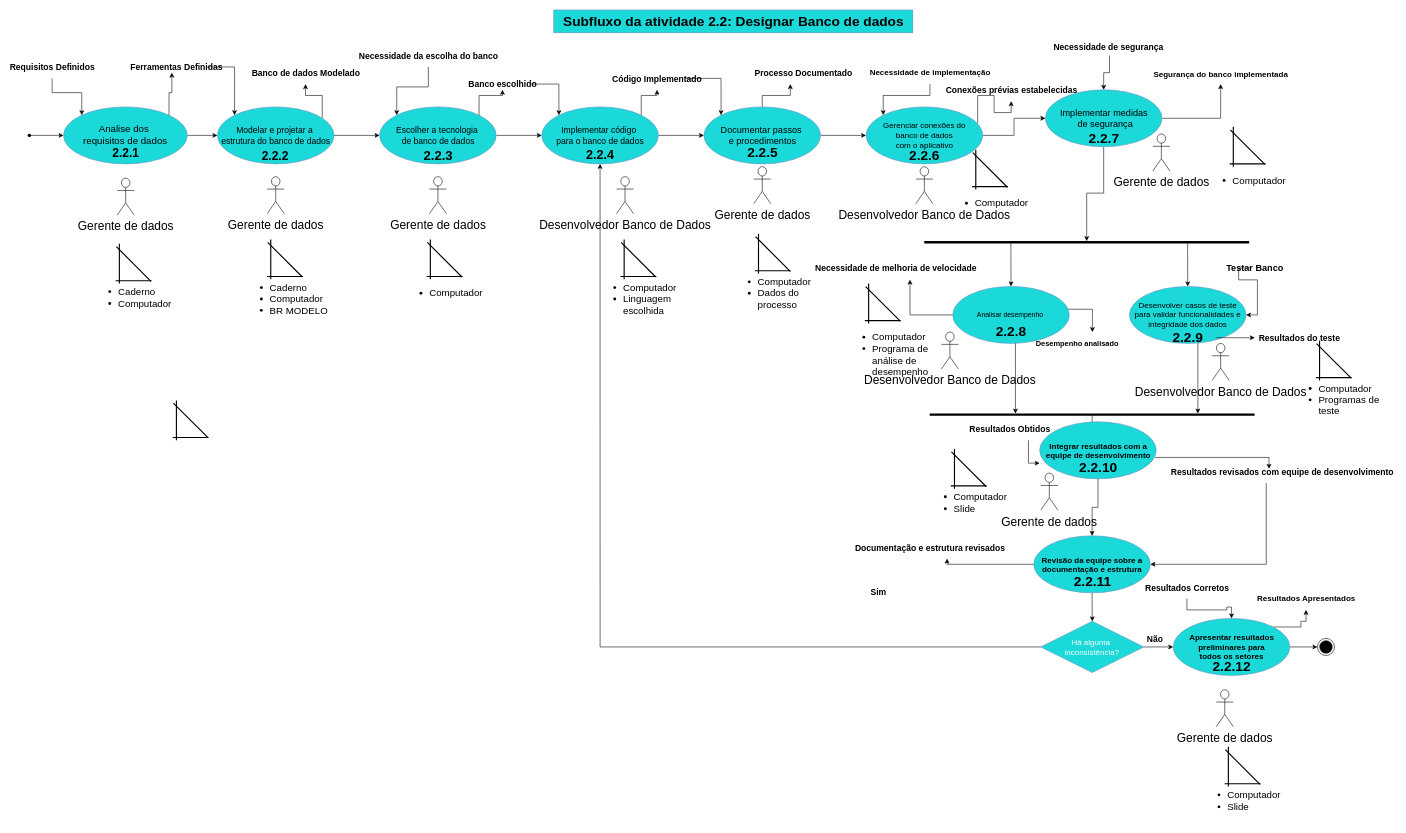
Above: page "Subfluxo das atividades em desenvolvimento(3)" (5 of 8) of Diagrama sem nome.drawio in helloisasilva/Processo-de-engenharia-de-software-para-App-mobile (draw.io), before the change. Source tidied: cells renumbered, new cells numbered last; positions are measured from the earlier drawing's top-left corner, leaving out a move shared by most shapes. Both pictures are drawn from the tidied source at 57%, with x=0, y=0 at pixel (23, 10).
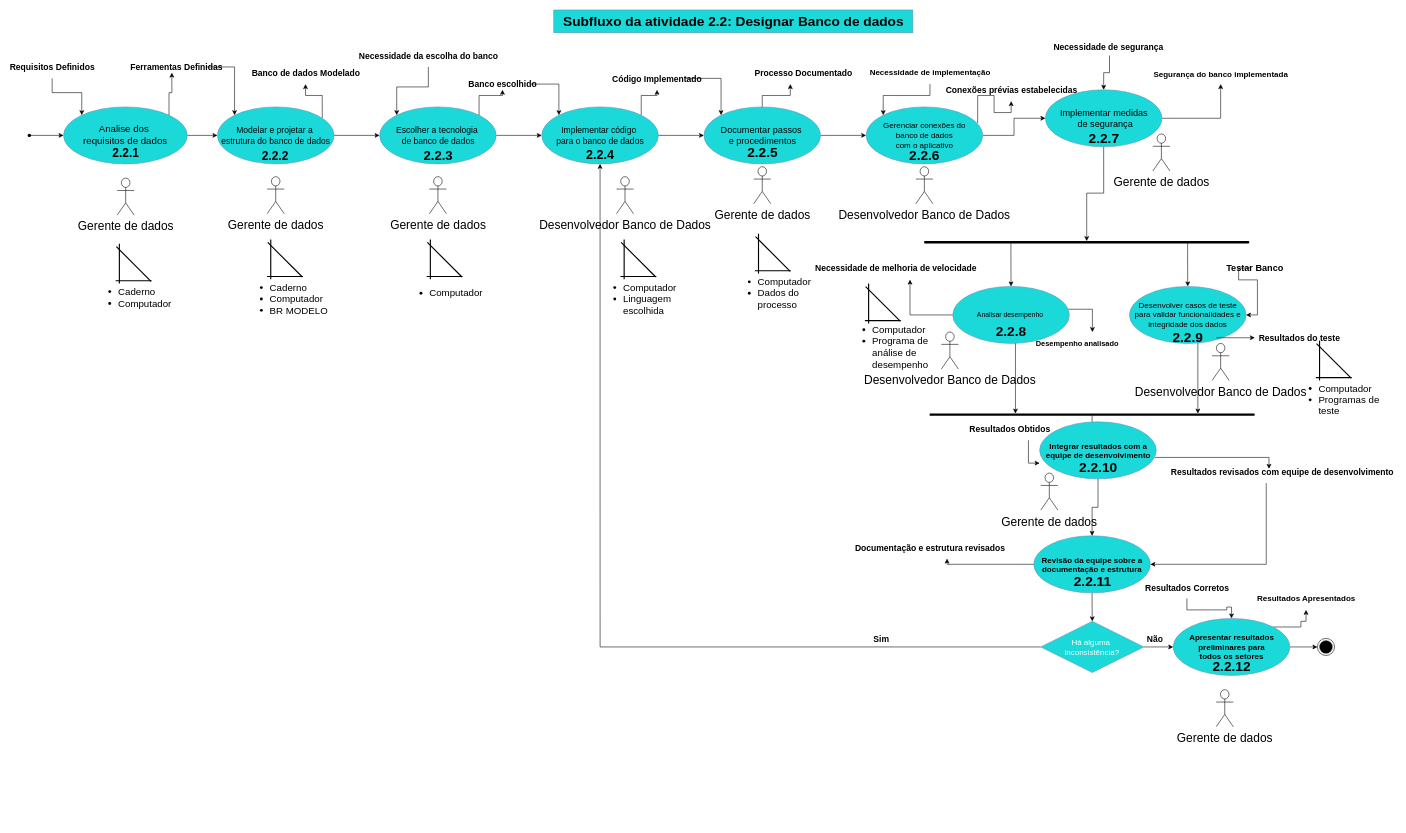
After the change.

The edit, as a diff of the source:
```diff
@@
     <mxCell id="29" value="&lt;font style=&quot;font-size: 15px;&quot;&gt;&lt;b&gt;Sim&lt;/b&gt;&lt;/font&gt;" style="text;html=1;strokeColor=none;fillColor=none;align=center;verticalAlign=middle;whiteSpace=wrap;overflow=hidden;" parent="1" vertex="1">
-      <mxGeometry x="1460" y="1010" width="80" height="20" as="geometry" />
+      <mxGeometry x="1464.5" y="1092.5" width="80" height="20" as="geometry" />
     </mxCell>
@@
-    <mxCell id="101" style="line;strokeWidth=2;html=1;rotation=45;" parent="1" vertex="1">
-      <mxGeometry x="250" y="715" width="86" height="10" as="geometry" />
-    </mxCell>
-    <mxCell id="102" style="line;strokeWidth=2;direction=south;html=1;rotation=0;" parent="1" vertex="1">
-      <mxGeometry x="263" y="685" width="10" height="70" as="geometry" />
-    </mxCell>
@@
-    <mxCell id="109" style="line;strokeWidth=2;html=1;" parent="1" vertex="1">
-      <mxGeometry x="261.5" y="745" width="63" height="10" as="geometry" />
-    </mxCell>
@@
-    <mxCell id="130" style="line;strokeWidth=2;html=1;rotation=45;" parent="1" vertex="1">
-      <mxGeometry x="2095.6" y="1323.1" width="86" height="10" as="geometry" />
-    </mxCell>
-    <mxCell id="131" style="line;strokeWidth=2;direction=south;html=1;rotation=0;" parent="1" vertex="1">
-      <mxGeometry x="2108.5" y="1292.5" width="10" height="70" as="geometry" />
-    </mxCell>
-    <mxCell id="132" style="line;strokeWidth=2;html=1;" parent="1" vertex="1">
-      <mxGeometry x="2107" y="1352.5" width="63" height="10" as="geometry" />
-    </mxCell>
-    <mxCell id="133" value="&lt;ul style=&quot;font-size: 17px;&quot;&gt;&lt;li style=&quot;font-size: 17px;&quot;&gt;Computador&lt;/li&gt;&lt;li style=&quot;font-size: 17px;&quot;&gt;Slide&lt;/li&gt;&lt;/ul&gt;" style="text;strokeColor=none;fillColor=none;html=1;whiteSpace=wrap;verticalAlign=middle;overflow=hidden;fontSize=17;" parent="1" vertex="1">
-      <mxGeometry x="2070" y="1347.5" width="165.6" height="80" as="geometry" />
-    </mxCell>
-    <mxCell id="134" style="line;strokeWidth=2;html=1;rotation=45;" parent="1" vertex="1">
-      <mxGeometry x="2104.3" y="235.6" width="86" height="10" as="geometry" />
-    </mxCell>
-    <mxCell id="135" style="line;strokeWidth=2;direction=south;html=1;rotation=0;" parent="1" vertex="1">
-      <mxGeometry x="2117.2" y="205" width="10" height="70" as="geometry" />
-    </mxCell>
-    <mxCell id="136" style="line;strokeWidth=2;html=1;" parent="1" vertex="1">
-      <mxGeometry x="2115.7" y="265" width="63" height="10" as="geometry" />
-    </mxCell>
-    <mxCell id="137" value="&lt;ul style=&quot;font-size: 17px;&quot;&gt;&lt;li style=&quot;font-size: 17px;&quot;&gt;Computador&lt;/li&gt;&lt;/ul&gt;" style="text;strokeColor=none;fillColor=none;html=1;whiteSpace=wrap;verticalAlign=middle;overflow=hidden;fontSize=17;" parent="1" vertex="1">
-      <mxGeometry x="2078.7" y="260" width="165.6" height="80" as="geometry" />
-    </mxCell>
-    <mxCell id="138" style="line;strokeWidth=2;html=1;rotation=45;" parent="1" vertex="1">
-      <mxGeometry x="1652.5" y="275.6" width="86" height="10" as="geometry" />
-    </mxCell>
-    <mxCell id="139" style="line;strokeWidth=2;direction=south;html=1;rotation=0;" parent="1" vertex="1">
-      <mxGeometry x="1665.4" y="245" width="10" height="70" as="geometry" />
-    </mxCell>
-    <mxCell id="140" style="line;strokeWidth=2;html=1;" parent="1" vertex="1">
-      <mxGeometry x="1663.9" y="305" width="63" height="10" as="geometry" />
-    </mxCell>
-    <mxCell id="141" value="&lt;ul style=&quot;font-size: 17px;&quot;&gt;&lt;li style=&quot;font-size: 17px;&quot;&gt;Computador&lt;/li&gt;&lt;/ul&gt;" style="text;strokeColor=none;fillColor=none;html=1;whiteSpace=wrap;verticalAlign=middle;overflow=hidden;fontSize=17;" parent="1" vertex="1">
-      <mxGeometry x="1626.9" y="300" width="165.6" height="80" as="geometry" />
-    </mxCell>
@@
     <mxCell id="145" value="&lt;ul style=&quot;font-size: 17px;&quot;&gt;&lt;li style=&quot;font-size: 17px;&quot;&gt;Computador&lt;/li&gt;&lt;li style=&quot;font-size: 17px;&quot;&gt;Programa de análise de desempenho&lt;/li&gt;&lt;li style=&quot;font-size: 17px;&quot;&gt;&lt;br&gt;&lt;/li&gt;&lt;/ul&gt;" style="text;strokeColor=none;fillColor=none;html=1;whiteSpace=wrap;verticalAlign=middle;overflow=hidden;fontSize=17;" parent="1" vertex="1">
-      <mxGeometry x="1447.2" y="545" width="165.6" height="105" as="geometry" />
+      <mxGeometry x="1447.2" y="532.5" width="165.6" height="105" as="geometry" />
     </mxCell>
@@
-    <mxCell id="150" style="line;strokeWidth=2;html=1;rotation=45;" parent="1" vertex="1">
-      <mxGeometry x="1615.1" y="800.6" width="86" height="10" as="geometry" />
-    </mxCell>
-    <mxCell id="151" style="line;strokeWidth=2;direction=south;html=1;rotation=0;" parent="1" vertex="1">
-      <mxGeometry x="1628" y="770" width="10" height="70" as="geometry" />
-    </mxCell>
-    <mxCell id="152" style="line;strokeWidth=2;html=1;" parent="1" vertex="1">
-      <mxGeometry x="1626.5" y="830" width="63" height="10" as="geometry" />
-    </mxCell>
-    <mxCell id="153" value="&lt;ul style=&quot;font-size: 17px;&quot;&gt;&lt;li style=&quot;font-size: 17px;&quot;&gt;Computador&lt;/li&gt;&lt;li style=&quot;font-size: 17px;&quot;&gt;Slide&lt;/li&gt;&lt;/ul&gt;" style="text;strokeColor=none;fillColor=none;html=1;whiteSpace=wrap;verticalAlign=middle;overflow=hidden;fontSize=17;" parent="1" vertex="1">
-      <mxGeometry x="1589.5" y="825" width="165.6" height="80" as="geometry" />
-    </mxCell>
```
